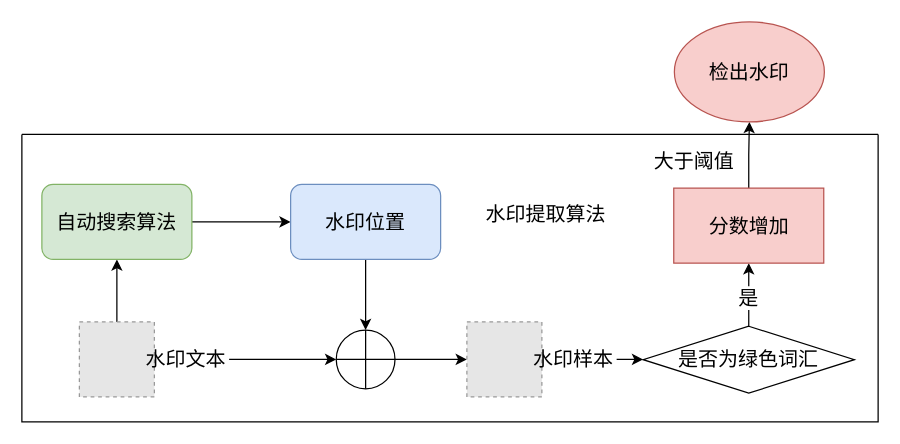
The draw.io diagram d3.drawio in Icathian-Rain/process_maps, before the edit. Source tidied: cells renumbered, new cells numbered last; positions are measured from the earlier drawing's top-left corner, leaving out a move shared by most shapes. Both pictures are drawn from the tidied source at 125%, with x=0, y=0 at pixel (21, 21). Pictures stored in the file or linked from it are replaced by grey dashed boxes.
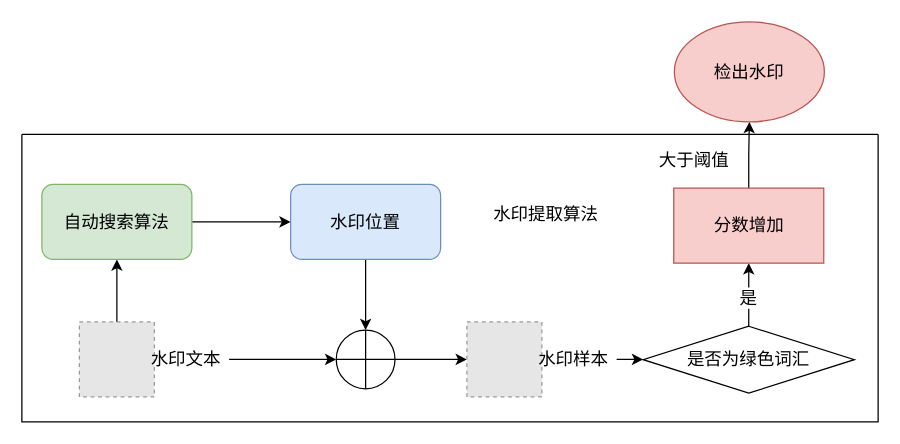
The same page after the edit.

Change to the diagram source:
```diff
@@
-    <mxCell id="2" style="edgeStyle=orthogonalEdgeStyle;rounded=0;jettySize=auto;html=1;exitX=0.5;exitY=0;exitDx=0;exitDy=0;entryX=0.5;entryY=1;entryDx=0;entryDy=0;fontSize=16;" parent="1" edge="1" source="3" target="7">
+    <mxCell id="2" style="edgeStyle=orthogonalEdgeStyle;rounded=0;jettySize=auto;html=1;exitX=0.5;exitY=0;exitDx=0;exitDy=0;entryX=0.5;entryY=1;entryDx=0;entryDy=0;fontSize=14;fontFamily=宋体;" parent="1" edge="1" source="3" target="7">
       <mxGeometry relative="1" as="geometry" />
     </mxCell>
-    <mxCell id="3" style="fillColor=#E6E6E6;strokeColor=#999999;dashed=1;verticalLabelPosition=bottom;labelBackgroundColor=default;verticalAlign=top;fontSize=16;" parent="1" vertex="1">
+    <mxCell id="3" style="fillColor=#E6E6E6;strokeColor=#999999;dashed=1;verticalLabelPosition=bottom;labelBackgroundColor=default;verticalAlign=top;fontSize=14;fontFamily=宋体;" parent="1" vertex="1">
       <mxGeometry x="46" y="240" width="60" height="60" as="geometry" />
     </mxCell>
-    <mxCell id="4" style="edgeStyle=orthogonalEdgeStyle;rounded=0;jettySize=auto;html=1;exitX=1;exitY=0.5;exitDx=0;exitDy=0;entryX=0;entryY=0.5;entryDx=0;entryDy=0;fontSize=16;" parent="1" edge="1" source="5" target="11">
+    <mxCell id="4" style="edgeStyle=orthogonalEdgeStyle;rounded=0;jettySize=auto;html=1;exitX=1;exitY=0.5;exitDx=0;exitDy=0;entryX=0;entryY=0.5;entryDx=0;entryDy=0;fontSize=14;fontFamily=宋体;" parent="1" edge="1" source="5" target="11">
       <mxGeometry relative="1" as="geometry" />
     </mxCell>
-    <mxCell id="5" value="水印文本" style="text;html=1;align=center;verticalAlign=middle;whiteSpace=wrap;rounded=0;fontSize=16;strokeWidth=2;" parent="1" vertex="1">
+    <mxCell id="5" value="水印文本" style="text;html=1;align=center;verticalAlign=middle;whiteSpace=wrap;rounded=0;fontSize=14;strokeWidth=2;fontFamily=宋体;" parent="1" vertex="1">
       <mxGeometry x="97" y="247.5" width="68.8" height="45" as="geometry" />
     </mxCell>
-    <mxCell id="6" style="edgeStyle=orthogonalEdgeStyle;rounded=0;jettySize=auto;html=1;fontSize=16;" parent="1" edge="1" source="7" target="9">
+    <mxCell id="6" style="edgeStyle=orthogonalEdgeStyle;rounded=0;jettySize=auto;html=1;fontSize=14;fontFamily=宋体;" parent="1" edge="1" source="7" target="9">
       <mxGeometry relative="1" as="geometry" />
     </mxCell>
-    <mxCell id="7" value="自动搜索算法" style="rounded=1;whiteSpace=wrap;html=1;fontSize=16;fillColor=#d5e8d4;strokeColor=#82b366;" parent="1" vertex="1">
+    <mxCell id="7" value="自动搜索算法" style="rounded=1;whiteSpace=wrap;html=1;fontSize=14;fillColor=#d5e8d4;strokeColor=#82b366;fontFamily=宋体;" parent="1" vertex="1">
       <mxGeometry x="16" y="130" width="120" height="60" as="geometry" />
     </mxCell>
-    <mxCell id="8" style="edgeStyle=orthogonalEdgeStyle;rounded=0;jettySize=auto;html=1;exitX=0.5;exitY=1;exitDx=0;exitDy=0;entryX=0.5;entryY=0;entryDx=0;entryDy=0;fontSize=16;" parent="1" edge="1" source="9" target="11">
+    <mxCell id="8" style="edgeStyle=orthogonalEdgeStyle;rounded=0;jettySize=auto;html=1;exitX=0.5;exitY=1;exitDx=0;exitDy=0;entryX=0.5;entryY=0;entryDx=0;entryDy=0;fontSize=14;fontFamily=宋体;" parent="1" edge="1" source="9" target="11">
       <mxGeometry relative="1" as="geometry" />
     </mxCell>
-    <mxCell id="9" value="水印位置" style="rounded=1;whiteSpace=wrap;html=1;fontSize=16;fillColor=#dae8fc;strokeColor=#6c8ebf;" parent="1" vertex="1">
+    <mxCell id="9" value="水印位置" style="rounded=1;whiteSpace=wrap;html=1;fontSize=14;fillColor=#dae8fc;strokeColor=#6c8ebf;fontFamily=宋体;" parent="1" vertex="1">
       <mxGeometry x="215" y="130" width="120" height="60" as="geometry" />
     </mxCell>
-    <mxCell id="10" style="edgeStyle=orthogonalEdgeStyle;rounded=0;jettySize=auto;html=1;exitX=1;exitY=0.5;exitDx=0;exitDy=0;fontSize=16;" parent="1" edge="1" source="11" target="12">
+    <mxCell id="10" style="edgeStyle=orthogonalEdgeStyle;rounded=0;jettySize=auto;html=1;exitX=1;exitY=0.5;exitDx=0;exitDy=0;fontSize=14;fontFamily=宋体;" parent="1" edge="1" source="11" target="12">
       <mxGeometry relative="1" as="geometry" />
     </mxCell>
-    <mxCell id="11" style="shape=orEllipse;perimeter=ellipsePerimeter;whiteSpace=wrap;html=1;backgroundOutline=1;fontSize=16;" parent="1" vertex="1">
+    <mxCell id="11" style="shape=orEllipse;perimeter=ellipsePerimeter;whiteSpace=wrap;html=1;backgroundOutline=1;fontSize=14;fontFamily=宋体;" parent="1" vertex="1">
       <mxGeometry x="251.5" y="246.5" width="47" height="47" as="geometry" />
     </mxCell>
-    <mxCell id="12" style="fillColor=#E6E6E6;strokeColor=#999999;dashed=1;verticalLabelPosition=bottom;labelBackgroundColor=default;verticalAlign=top;fontSize=16;" parent="1" vertex="1">
+    <mxCell id="12" style="fillColor=#E6E6E6;strokeColor=#999999;dashed=1;verticalLabelPosition=bottom;labelBackgroundColor=default;verticalAlign=top;fontSize=14;fontFamily=宋体;" parent="1" vertex="1">
       <mxGeometry x="356" y="240" width="60" height="60" as="geometry" />
     </mxCell>
-    <mxCell id="13" style="edgeStyle=orthogonalEdgeStyle;rounded=0;jettySize=auto;html=1;exitX=1;exitY=0.5;exitDx=0;exitDy=0;entryX=0;entryY=0.5;entryDx=0;entryDy=0;fontSize=16;" parent="1" edge="1" source="14" target="17">
+    <mxCell id="13" style="edgeStyle=orthogonalEdgeStyle;rounded=0;jettySize=auto;html=1;exitX=1;exitY=0.5;exitDx=0;exitDy=0;entryX=0;entryY=0.5;entryDx=0;entryDy=0;fontSize=14;fontFamily=宋体;" parent="1" edge="1" source="14" target="17">
       <mxGeometry relative="1" as="geometry" />
     </mxCell>
-    <mxCell id="14" value="水印样本" style="text;html=1;align=center;verticalAlign=middle;whiteSpace=wrap;rounded=0;fontSize=16;strokeWidth=2;" parent="1" vertex="1">
+    <mxCell id="14" value="水印样本" style="text;html=1;align=center;verticalAlign=middle;whiteSpace=wrap;rounded=0;fontSize=14;strokeWidth=2;fontFamily=宋体;" parent="1" vertex="1">
       <mxGeometry x="407" y="247.5" width="68.8" height="45" as="geometry" />
     </mxCell>
-    <mxCell id="15" style="edgeStyle=orthogonalEdgeStyle;rounded=0;jettySize=auto;html=1;fontSize=16;" parent="1" edge="1" source="17" target="19">
+    <mxCell id="15" style="edgeStyle=orthogonalEdgeStyle;rounded=0;jettySize=auto;html=1;fontSize=14;fontFamily=宋体;" parent="1" edge="1" source="17" target="19">
       <mxGeometry relative="1" as="geometry" />
     </mxCell>
-    <mxCell id="16" value="是" style="edgeLabel;html=1;align=center;verticalAlign=middle;fontSize=16;" parent="15" vertex="1">
+    <mxCell id="16" value="是" style="edgeLabel;html=1;align=center;verticalAlign=middle;fontSize=14;fontFamily=宋体;" parent="15" vertex="1">
       <mxGeometry x="-0.09" y="2" relative="1" as="geometry">
         <mxPoint x="1" as="offset" />
       </mxGeometry>
     </mxCell>
-    <mxCell id="17" value="是否为绿色词汇" style="rhombus;whiteSpace=wrap;html=1;fontSize=16;" parent="1" vertex="1">
+    <mxCell id="17" value="是否为绿色词汇" style="rhombus;whiteSpace=wrap;html=1;fontSize=14;fontFamily=宋体;" parent="1" vertex="1">
       <mxGeometry x="497" y="243.5" width="169" height="53.5" as="geometry" />
     </mxCell>
-    <mxCell id="18" style="edgeStyle=orthogonalEdgeStyle;rounded=0;jettySize=auto;html=1;exitX=0.5;exitY=0;exitDx=0;exitDy=0;entryX=0.5;entryY=1;entryDx=0;entryDy=0;fontSize=16;" parent="1" edge="1" source="19" target="23">
+    <mxCell id="18" style="edgeStyle=orthogonalEdgeStyle;rounded=0;jettySize=auto;html=1;exitX=0.5;exitY=0;exitDx=0;exitDy=0;entryX=0.5;entryY=1;entryDx=0;entryDy=0;fontSize=14;fontFamily=宋体;" parent="1" edge="1" source="19" target="23">
       <mxGeometry relative="1" as="geometry" />
     </mxCell>
-    <mxCell id="19" value="分数增加" style="whiteSpace=wrap;html=1;fontSize=16;fillColor=#f8cecc;strokeColor=#b85450;" parent="1" vertex="1">
+    <mxCell id="19" value="分数增加" style="whiteSpace=wrap;html=1;fontSize=14;fillColor=#f8cecc;strokeColor=#b85450;fontFamily=宋体;" parent="1" vertex="1">
       <mxGeometry x="521.5" y="133" width="120" height="60" as="geometry" />
     </mxCell>
-    <mxCell id="20" style="swimlane;startSize=0;fontSize=16;" parent="1" vertex="1">
+    <mxCell id="20" style="swimlane;startSize=0;fontSize=14;fontFamily=宋体;" parent="1" vertex="1">
       <mxGeometry y="90" width="685" height="230" as="geometry" />
     </mxCell>
-    <mxCell id="21" value="水印提取算法" style="text;html=1;align=center;verticalAlign=middle;whiteSpace=wrap;rounded=0;fontSize=16;" parent="20" vertex="1">
+    <mxCell id="21" value="水印提取算法" style="text;html=1;align=center;verticalAlign=middle;whiteSpace=wrap;rounded=0;fontSize=14;fontFamily=宋体;" parent="20" vertex="1">
       <mxGeometry x="368" y="49" width="103" height="30" as="geometry" />
     </mxCell>
-    <mxCell id="22" value="大于阈值" style="text;html=1;align=center;verticalAlign=middle;whiteSpace=wrap;rounded=0;fontSize=16;" parent="20" vertex="1">
+    <mxCell id="22" value="大于阈值" style="text;html=1;align=center;verticalAlign=middle;whiteSpace=wrap;rounded=0;fontSize=14;fontFamily=宋体;" parent="20" vertex="1">
       <mxGeometry x="496" y="6" width="84" height="30" as="geometry" />
     </mxCell>
-    <mxCell id="23" value="检出水印" style="ellipse;whiteSpace=wrap;html=1;fillColor=#f8cecc;strokeColor=#b85450;fontSize=16;" parent="1" vertex="1">
+    <mxCell id="23" value="检出水印" style="ellipse;whiteSpace=wrap;html=1;fillColor=#f8cecc;strokeColor=#b85450;fontSize=14;fontFamily=宋体;" parent="1" vertex="1">
       <mxGeometry x="522" width="120" height="80" as="geometry" />
     </mxCell>
```
